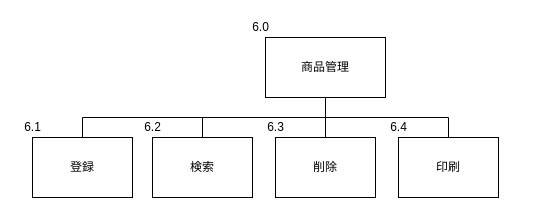
The draw.io diagram サブシステム構造図/商品管理.drawio in Yamanin3/system-devel, before the edit. Source tidied: cells renumbered, new cells numbered last; positions are measured from the earlier drawing's top-left corner, leaving out a move shared by most shapes. Both pictures are drawn from the tidied source at 100%, with x=0, y=0 at pixel (17, 17).
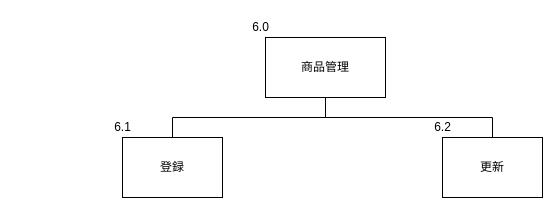
The same page after the edit.

Diff of the diagram source:
```diff
@@
 <mxGraphModel>
   <root>
     <mxCell id="0" />
     <mxCell id="1" parent="0" />
     <mxCell id="2" value="商品管理" style="whiteSpace=wrap;html=1;align=center;" parent="1" vertex="1">
       <mxGeometry x="248" y="20" width="120" height="60" as="geometry" />
     </mxCell>
-    <mxCell id="3" value="検索" style="whiteSpace=wrap;html=1;align=center;verticalAlign=middle;" parent="1" vertex="1">
-      <mxGeometry x="135" y="120" width="100" height="60" as="geometry" />
+    <mxCell id="3" value="更新" style="whiteSpace=wrap;html=1;align=center;verticalAlign=middle;" parent="1" vertex="1">
+      <mxGeometry x="425" y="120" width="100" height="60" as="geometry" />
     </mxCell>
     <mxCell id="4" style="edgeStyle=elbowEdgeStyle;elbow=vertical;startArrow=none;endArrow=none;rounded=0;exitX=0.5;exitY=1;exitDx=0;exitDy=0;" parent="1" edge="1" source="2" target="3">
       <mxGeometry relative="1" as="geometry" />
     </mxCell>
     <mxCell id="5" value="登録" style="whiteSpace=wrap;html=1;align=center;verticalAlign=middle;" parent="1" vertex="1">
-      <mxGeometry x="15" y="120" width="100" height="60" as="geometry" />
+      <mxGeometry x="105" y="120" width="100" height="60" as="geometry" />
     </mxCell>
     <mxCell id="6" style="edgeStyle=elbowEdgeStyle;elbow=vertical;startArrow=none;endArrow=none;rounded=0;exitX=0.5;exitY=1;exitDx=0;exitDy=0;" parent="1" edge="1" source="2" target="5">
       <mxGeometry relative="1" as="geometry" />
     </mxCell>
-    <mxCell id="7" value="削除" style="whiteSpace=wrap;html=1;align=center;verticalAlign=middle;" parent="1" vertex="1">
-      <mxGeometry x="258" y="120" width="100" height="60" as="geometry" />
-    </mxCell>
-    <mxCell id="8" style="edgeStyle=elbowEdgeStyle;elbow=vertical;startArrow=none;endArrow=none;rounded=0;exitX=0.5;exitY=1;exitDx=0;exitDy=0;entryX=0.5;entryY=0;entryDx=0;entryDy=0;" parent="1" edge="1" source="2" target="7">
-      <mxGeometry relative="1" as="geometry" />
-    </mxCell>
-    <mxCell id="9" value="印刷" style="whiteSpace=wrap;html=1;align=center;verticalAlign=middle;" parent="1" vertex="1">
-      <mxGeometry x="381" y="120" width="100" height="60" as="geometry" />
-    </mxCell>
-    <mxCell id="10" style="edgeStyle=elbowEdgeStyle;elbow=vertical;startArrow=none;endArrow=none;rounded=0;exitX=0.5;exitY=1;exitDx=0;exitDy=0;entryX=0.5;entryY=0;entryDx=0;entryDy=0;" parent="1" edge="1" source="2">
-      <mxGeometry relative="1" as="geometry">
-        <mxPoint x="431" y="120" as="targetPoint" />
-      </mxGeometry>
-    </mxCell>
     <mxCell id="11" value="6.0" style="text;html=1;align=center;verticalAlign=middle;fillColor=none;strokeColor=none;rounded=0;" parent="1" vertex="1">
       <mxGeometry x="228" width="30" height="20" as="geometry" />
     </mxCell>
     <mxCell id="12" value="6.1" style="text;html=1;align=center;verticalAlign=middle;fillColor=none;strokeColor=none;rounded=0;" parent="1" vertex="1">
-      <mxGeometry y="100" width="30" height="20" as="geometry" />
+      <mxGeometry x="90" y="100" width="30" height="20" as="geometry" />
     </mxCell>
     <mxCell id="13" value="6.2" style="text;html=1;align=center;verticalAlign=middle;fillColor=none;strokeColor=none;rounded=0;" parent="1" vertex="1">
-      <mxGeometry x="120" y="100" width="30" height="20" as="geometry" />
+      <mxGeometry x="410" y="100" width="30" height="20" as="geometry" />
     </mxCell>
-    <mxCell id="14" value="6.3" style="text;html=1;align=center;verticalAlign=middle;fillColor=none;strokeColor=none;rounded=0;" parent="1" vertex="1">
-      <mxGeometry x="243" y="100" width="30" height="20" as="geometry" />
-    </mxCell>
-    <mxCell id="15" value="6.4" style="text;html=1;align=center;verticalAlign=middle;fillColor=none;strokeColor=none;rounded=0;" parent="1" vertex="1">
-      <mxGeometry x="366" y="100" width="30" height="20" as="geometry" />
-    </mxCell>
   </root>
 </mxGraphModel>
```
